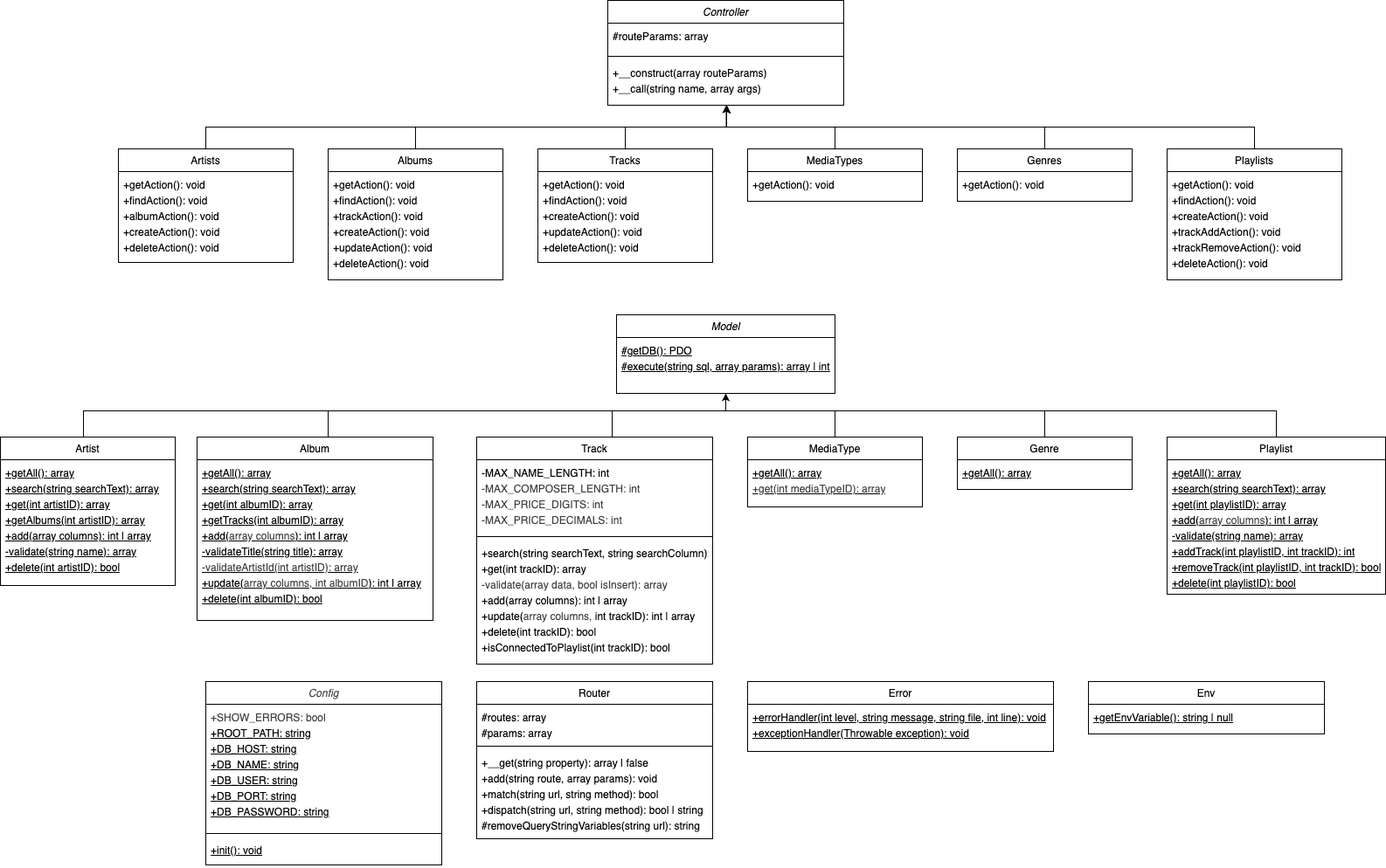
This is documentation/class_diagrams.drawio.png from FrejaFischer/music_storage, a draw.io export, as it was before one commit. Source tidied: cells renumbered, new cells last; positions are measured from the earlier drawing's top-left corner, leaving out a move shared by most shapes.
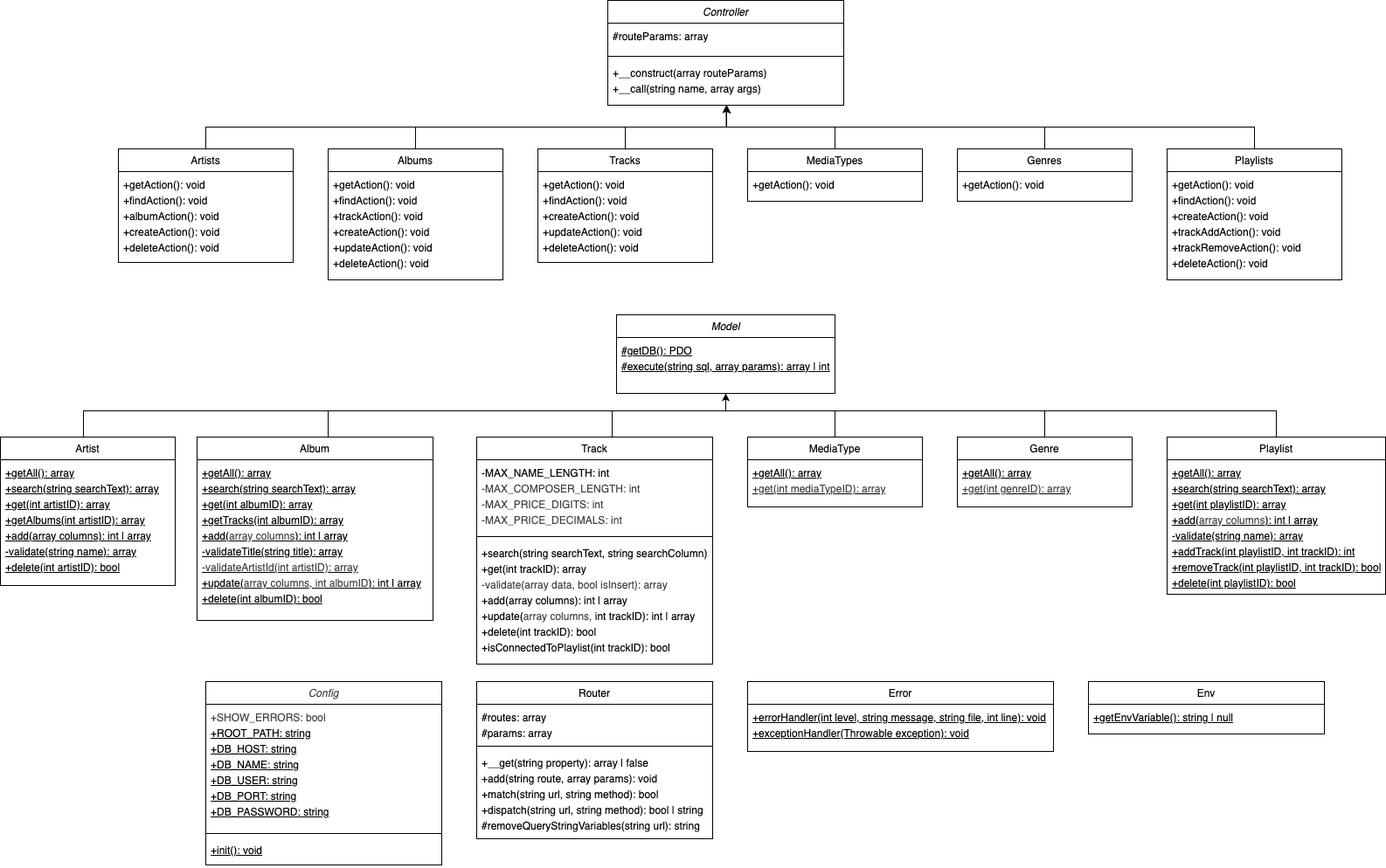
The same file after the commit.

The edit, as a diff of the source:
```diff
@@ -89,10 +89,10 @@
       </mxGeometry>
     </mxCell>
     <mxCell id="22" value="Genre" style="swimlane;fontStyle=0;align=center;verticalAlign=top;horizontal=1;startSize=26;rounded=0;shadow=0;strokeWidth=1;" parent="1" vertex="1">
-      <mxGeometry x="1095" y="500" width="200" height="60" as="geometry" />
+      <mxGeometry x="1095" y="500" width="200" height="80" as="geometry" />
     </mxCell>
-    <mxCell id="23" value="&lt;div style=&quot;line-height: 150%;&quot;&gt;+getAll(): array&lt;br&gt;&lt;/div&gt;" style="text;align=left;verticalAlign=top;spacingLeft=4;spacingRight=4;overflow=hidden;fontStyle=4;spacingTop=0;spacing=2;html=1;" parent="22" vertex="1">
-      <mxGeometry y="26" width="200" height="34" as="geometry" />
+    <mxCell id="23" value="&lt;div style=&quot;line-height: 150%;&quot;&gt;+getAll(): array&lt;br&gt;&lt;/div&gt;&lt;div style=&quot;line-height: 150%;&quot;&gt;&lt;span style=&quot;color: rgb(63, 63, 63);&quot;&gt;+get(int genreID): array&lt;/span&gt;&lt;/div&gt;" style="text;align=left;verticalAlign=top;spacingLeft=4;spacingRight=4;overflow=hidden;fontStyle=4;spacingTop=0;spacing=2;html=1;" parent="22" vertex="1">
+      <mxGeometry y="26" width="200" height="54" as="geometry" />
     </mxCell>
     <mxCell id="24" value="Genres" style="swimlane;fontStyle=0;align=center;verticalAlign=top;horizontal=1;startSize=26;rounded=0;shadow=0;strokeWidth=1;" parent="1" vertex="1">
       <mxGeometry x="1095" y="170" width="200" height="60" as="geometry" />
```
